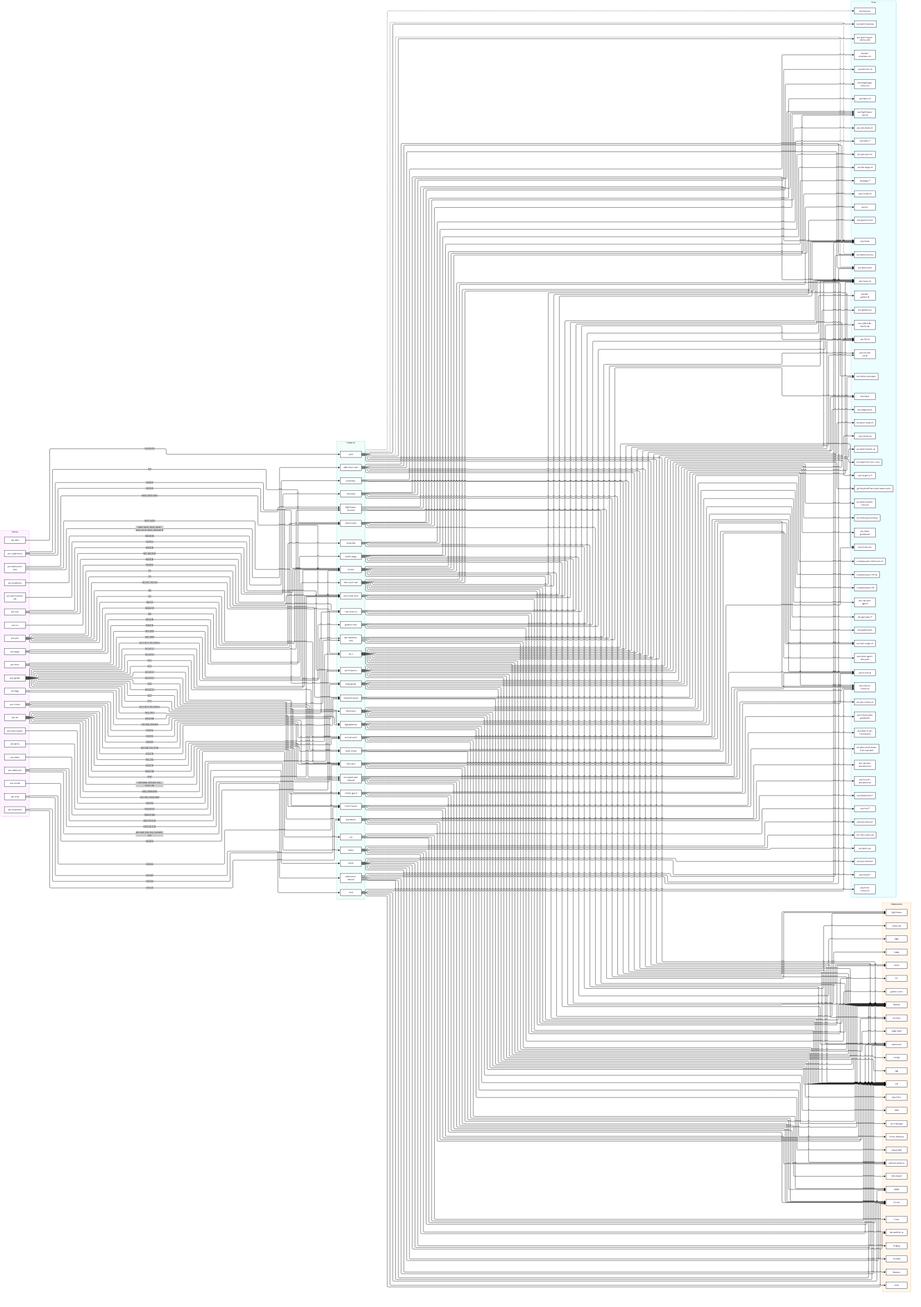
Before: docs/diagrams/features.png, a diagram exported from Mermaid (villadalmine/k8s-lan-party). Its source is kept beside it as docs/diagrams/features.mmd.
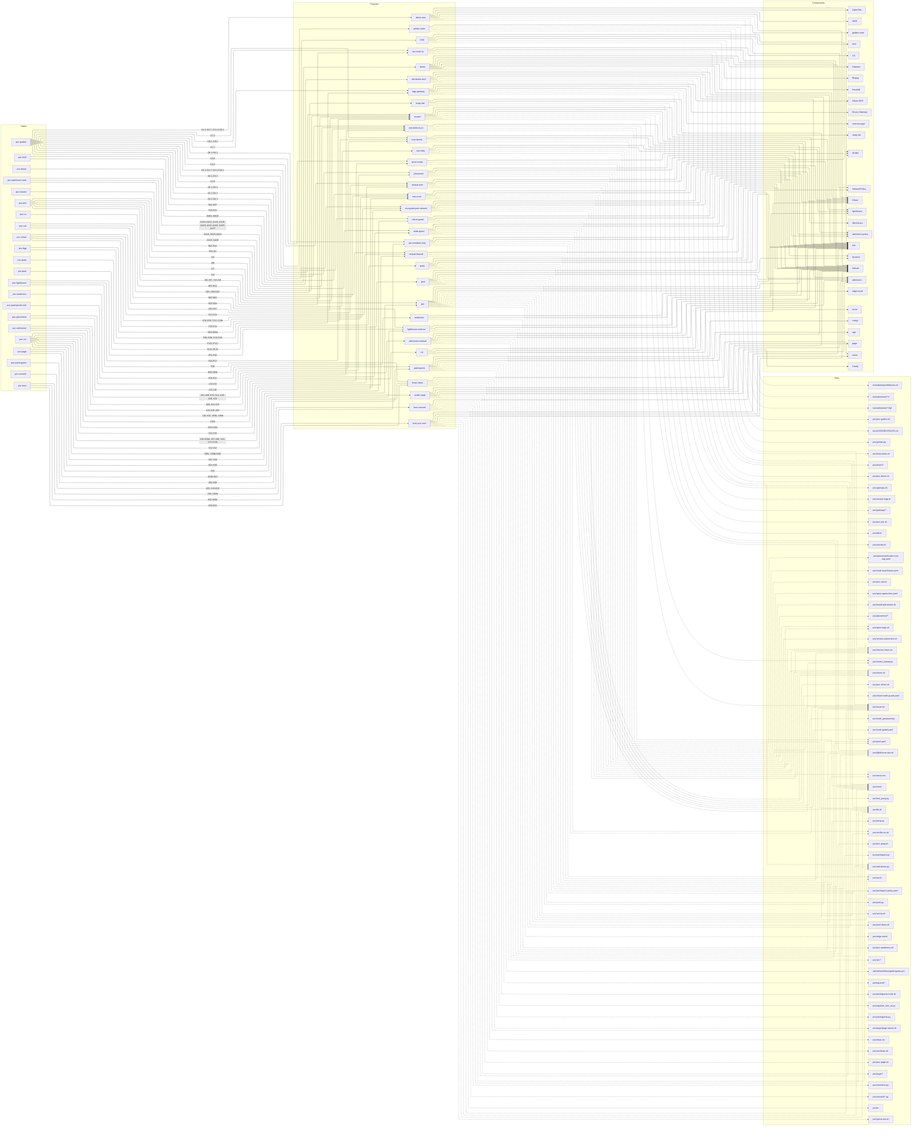
Later version of the same file.

What changed in the source:
```diff
@@ -8,6 +8,7 @@
     s_poc_kind["poc-kind"]
     s_poc_admission["poc-admission"]
     s_poc_admission_auto["poc-admission-auto"]
+    s_poc_console["poc-console"]
     s_poc_pool["poc-pool"]
     s_poc_party["poc-party"]
     s_poc_doom["poc-doom"]
@@ -33,6 +34,7 @@
     f_node_guard["node-guard"]
     f_admission_manual["admission-manual"]
     f_admission_auto["admission-auto"]
+    f_host_console["host-console"]
     f_pool["pool"]
     f_party["party"]
     f_doom["doom"]
@@ -108,6 +110,8 @@
     p_poc_nodes_sweep_py["poc/nodes_sweep.py"]
     p_poc_admission_py["poc/admission.py"]
     p_poc_pool_yaml["poc/pool.yaml"]
+    p_poc_meshlock_py["poc/meshlock.py"]
+    p_poc_console___py["poc/console/*.py"]
     p_poc_pool_py["poc/pool.py"]
     p_poc_participant_py["poc/participant.py"]
     p_poc_participant_policy_yaml["poc/participant-policy.yaml"]
@@ -230,6 +234,13 @@
   f_admission_auto -.-> p_poc_admission_py
   f_admission_auto -.-> p_poc_pool_yaml
   f_admission_auto -.-> p_poc_mesh
+  s_poc_console -->|"K02, K10-K25"| f_host_console
+  f_host_console --> c_admission
+  f_host_console -.-> p_poc_mesh
+  f_host_console -.-> p_poc_lib_sh
+  f_host_console -.-> p_poc_meshlock_py
+  f_host_console -.-> p_poc_console___py
+  f_host_console -.-> p_poc_admission_py
   s_poc_pool -->|"PL01-PL25"| f_pool
   f_pool --> c_admission
   f_pool --> c_k3s
```
